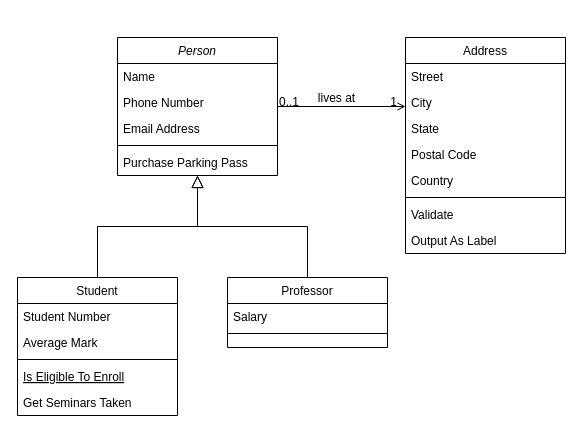
Earlier version of the draw.io diagram DiagramaDeClasses.drawio (ArcanjoDaGuarda/AnjoProjetos). Source tidied: cells renumbered, new cells numbered last; positions are measured from the earlier drawing's top-left corner, leaving out a move shared by most shapes. Both pictures are drawn from the tidied source at 100%, with x=0, y=0 at pixel (17, 37).
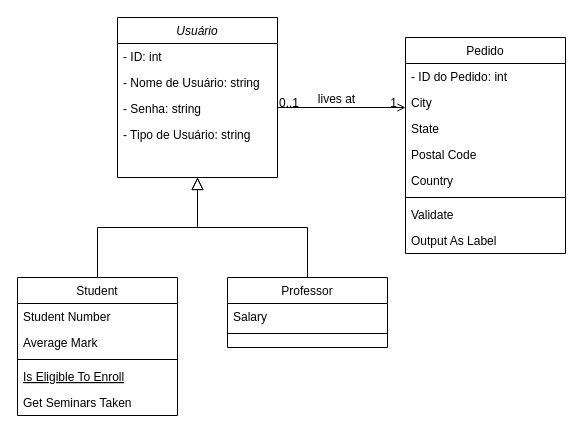
Above is the later version.

Change to the diagram source:
```diff
@@
-    <mxCell id="2" value="Person" style="swimlane;fontStyle=2;align=center;verticalAlign=top;horizontal=1;startSize=26;rounded=0;shadow=0;strokeWidth=1;" parent="1" vertex="1">
-      <mxGeometry x="100" width="160" height="138" as="geometry" />
+    <mxCell id="2" value="Usuário" style="swimlane;fontStyle=2;align=center;verticalAlign=top;horizontal=1;startSize=26;rounded=0;shadow=0;strokeWidth=1;" parent="1" vertex="1">
+      <mxGeometry x="100" y="-20" width="160" height="160" as="geometry" />
     </mxCell>
-    <mxCell id="3" value="Name" style="text;align=left;verticalAlign=top;spacingLeft=4;spacingRight=4;overflow=hidden;" parent="2" vertex="1">
+    <mxCell id="3" value="- ID: int" style="text;align=left;verticalAlign=top;spacingLeft=4;spacingRight=4;overflow=hidden;" parent="2" vertex="1">
       <mxGeometry y="26" width="160" height="26" as="geometry" />
     </mxCell>
-    <mxCell id="4" value="Phone Number" style="text;align=left;verticalAlign=top;spacingLeft=4;spacingRight=4;overflow=hidden;rounded=0;shadow=0;html=0;" parent="2" vertex="1">
+    <mxCell id="4" value="- Nome de Usuário: string" style="text;align=left;verticalAlign=top;spacingLeft=4;spacingRight=4;overflow=hidden;rounded=0;shadow=0;html=0;" parent="2" vertex="1">
       <mxGeometry y="52" width="160" height="26" as="geometry" />
     </mxCell>
-    <mxCell id="5" value="Email Address" style="text;align=left;verticalAlign=top;spacingLeft=4;spacingRight=4;overflow=hidden;rounded=0;shadow=0;html=0;" parent="2" vertex="1">
+    <mxCell id="5" value="- Senha: string" style="text;align=left;verticalAlign=top;spacingLeft=4;spacingRight=4;overflow=hidden;rounded=0;shadow=0;html=0;" parent="2" vertex="1">
       <mxGeometry y="78" width="160" height="26" as="geometry" />
     </mxCell>
-    <mxCell id="6" style="line;html=1;strokeWidth=1;align=left;verticalAlign=middle;spacingTop=-1;spacingLeft=3;spacingRight=3;labelPosition=right;" parent="2" vertex="1">
-      <mxGeometry y="104" width="160" height="8" as="geometry" />
-    </mxCell>
-    <mxCell id="7" value="Purchase Parking Pass" style="text;align=left;verticalAlign=top;spacingLeft=4;spacingRight=4;overflow=hidden;" parent="2" vertex="1">
-      <mxGeometry y="112" width="160" height="26" as="geometry" />
-    </mxCell>
+    <mxCell id="32" value="- Tipo de Usuário: string" style="text;align=left;verticalAlign=top;spacingLeft=4;spacingRight=4;overflow=hidden;rounded=0;shadow=0;html=0;" parent="2" vertex="1">
+      <mxGeometry y="104" width="160" height="46" as="geometry" />
+    </mxCell>
@@
-    <mxCell id="19" value="Address" style="swimlane;fontStyle=0;align=center;verticalAlign=top;horizontal=1;startSize=26;rounded=0;shadow=0;strokeWidth=1;" parent="1" vertex="1">
+    <mxCell id="19" value="Pedido" style="swimlane;fontStyle=0;align=center;verticalAlign=top;horizontal=1;startSize=26;rounded=0;shadow=0;strokeWidth=1;" parent="1" vertex="1">
       <mxGeometry x="388" width="160" height="216" as="geometry" />
     </mxCell>
-    <mxCell id="20" value="Street" style="text;align=left;verticalAlign=top;spacingLeft=4;spacingRight=4;overflow=hidden;" parent="19" vertex="1">
+    <mxCell id="20" value="- ID do Pedido: int" style="text;align=left;verticalAlign=top;spacingLeft=4;spacingRight=4;overflow=hidden;" parent="19" vertex="1">
       <mxGeometry y="26" width="160" height="26" as="geometry" />
     </mxCell>
```
